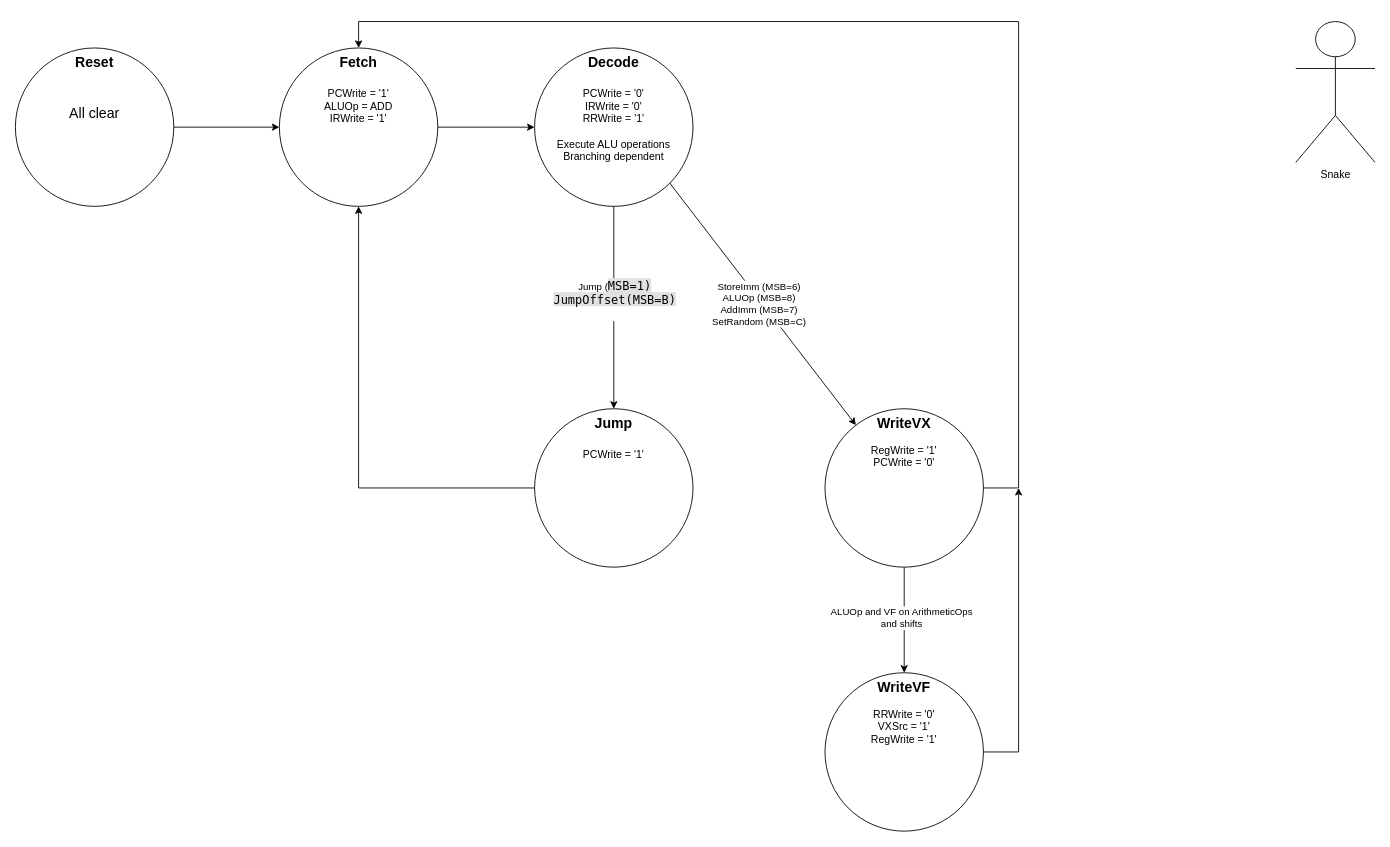
Rutele/VChip8 keeps this draw.io diagram as docs/InstructionDecoder_StateMachine.drawio. Above is the earlier version. Source tidied: cells renumbered, new cells numbered last; positions are measured from the earlier drawing's top-left corner, leaving out a move shared by most shapes. Both pictures are drawn from the tidied source at 88%, with x=0, y=0 at pixel (15, 21).
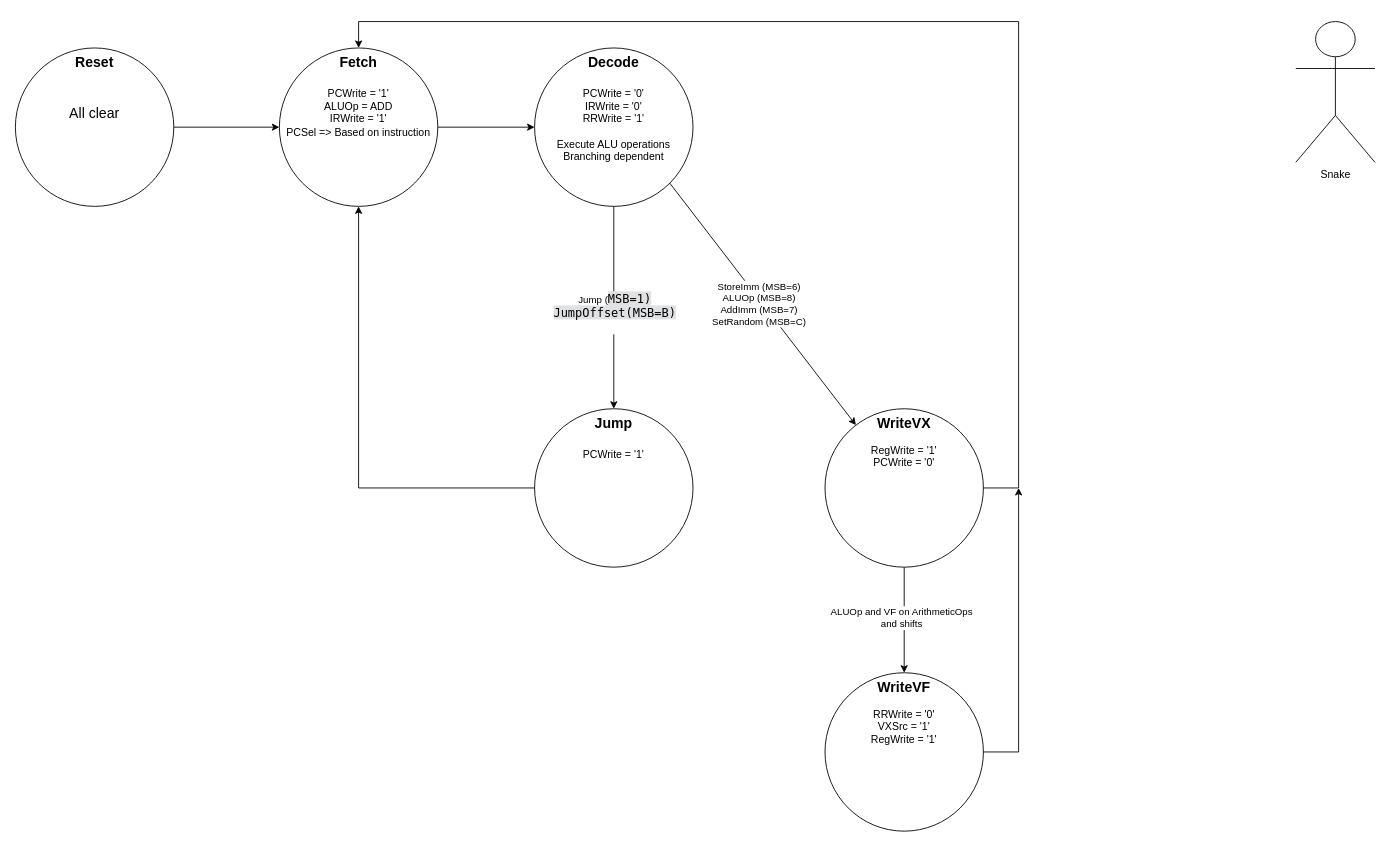
The same diagram, later.

Commit message (it also covers changes not shown here):
Preliminary Jump instructions

Unchanged cells that the change refers to:
```xml
<mxCell id="3" value="&lt;div&gt;&lt;span style=&quot;font-size: 16px;&quot;&gt;&lt;b&gt;Decode&lt;/b&gt;&lt;/span&gt;&lt;/div&gt;&lt;div&gt;&lt;span style=&quot;font-size: 16px;&quot;&gt;&lt;b&gt;&lt;br&gt;&lt;/b&gt;&lt;/span&gt;&lt;div&gt;&lt;div&gt;PCWrite = '0'&lt;/div&gt;&lt;/div&gt;&lt;/div&gt;&lt;div&gt;IRWrite = '0'&lt;/div&gt;&lt;div&gt;RRWrite = '1'&lt;/div&gt;&lt;div&gt;&lt;br&gt;&lt;/div&gt;&lt;div&gt;Execute ALU operations&lt;/div&gt;&lt;div&gt;Branching dependent&lt;/div&gt;" style="ellipse;whiteSpace=wrap;html=1;verticalAlign=top;" parent="1" vertex="1">
  <mxGeometry x="590" y="30" width="180" height="180" as="geometry" />
</mxCell>
```

Change to the diagram source:
```diff
@@
-    <mxCell id="2" value="&lt;b&gt;&lt;font style=&quot;font-size: 16px;&quot;&gt;Fetch&lt;/font&gt;&lt;/b&gt;&lt;div&gt;&lt;span style=&quot;font-size: 16px;&quot;&gt;&lt;b&gt;&lt;br&gt;&lt;/b&gt;&lt;/span&gt;&lt;div&gt;&lt;div&gt;PCWrite = '1'&lt;/div&gt;&lt;/div&gt;&lt;/div&gt;&lt;div&gt;ALUOp = ADD&lt;/div&gt;&lt;div&gt;IRWrite = '1'&lt;/div&gt;&lt;div&gt;&lt;br&gt;&lt;/div&gt;" style="ellipse;whiteSpace=wrap;html=1;verticalAlign=top;" parent="1" vertex="1">
+    <mxCell id="2" value="&lt;b&gt;&lt;font style=&quot;font-size: 16px;&quot;&gt;Fetch&lt;/font&gt;&lt;/b&gt;&lt;div&gt;&lt;span style=&quot;font-size: 16px;&quot;&gt;&lt;b&gt;&lt;br&gt;&lt;/b&gt;&lt;/span&gt;&lt;div&gt;&lt;div&gt;PCWrite = '1'&lt;/div&gt;&lt;/div&gt;&lt;/div&gt;&lt;div&gt;ALUOp = ADD&lt;/div&gt;&lt;div&gt;IRWrite = '1'&lt;/div&gt;&lt;div&gt;PCSel =&amp;gt; Based on instruction&lt;/div&gt;" style="ellipse;whiteSpace=wrap;html=1;verticalAlign=top;" parent="1" vertex="1">
       <mxGeometry x="300" y="30" width="180" height="180" as="geometry" />
     </mxCell>
@@
-    <mxCell id="16" value="&lt;b&gt;&lt;font style=&quot;font-size: 16px;&quot;&gt;Jump&lt;/font&gt;&lt;/b&gt;&lt;div&gt;&lt;span style=&quot;font-size: 16px;&quot;&gt;&lt;b&gt;&lt;br&gt;&lt;/b&gt;&lt;/span&gt;&lt;div&gt;&lt;div&gt;PCWrite = '1'&lt;/div&gt;&lt;/div&gt;&lt;/div&gt;&lt;div&gt;&lt;br&gt;&lt;/div&gt;&lt;div&gt;&lt;br&gt;&lt;/div&gt;" style="ellipse;whiteSpace=wrap;html=1;verticalAlign=top;" parent="1" vertex="1">
-      <mxGeometry x="590" y="440" width="180" height="180" as="geometry" />
-    </mxCell>
     <mxCell id="17" style="endArrow=classic;html=1;rounded=0;exitX=0.5;exitY=1;exitDx=0;exitDy=0;entryX=0.5;entryY=0;entryDx=0;entryDy=0;" parent="1" edge="1" source="3" target="16">
-      <mxGeometry relative="1" as="geometry" />
+      <mxGeometry relative="1" as="geometry">
+        <Array as="points">
+          <mxPoint x="680" y="340" />
+        </Array>
+      </mxGeometry>
     </mxCell>
     <mxCell id="18" value="Jump (&lt;font face=&quot;Monaspace Neon, ui-monospace, SFMono-Regular, SF Mono, Menlo, Consolas, Liberation Mono, monospace&quot;&gt;&lt;span style=&quot;font-size: 13.6px; white-space: break-spaces; background-color: rgba(101, 108, 118, 0.2);&quot;&gt;MSB=1)&lt;/span&gt;&lt;/font&gt;&lt;div&gt;&lt;font face=&quot;Monaspace Neon, ui-monospace, SFMono-Regular, SF Mono, Menlo, Consolas, Liberation Mono, monospace&quot;&gt;&lt;span style=&quot;font-size: 13.6px; white-space: break-spaces; background-color: rgba(101, 108, 118, 0.2);&quot;&gt;JumpOffset(MSB=B)&lt;/span&gt;&lt;/font&gt;&lt;/div&gt;&lt;div&gt;&lt;font face=&quot;Monaspace Neon, ui-monospace, SFMono-Regular, SF Mono, Menlo, Consolas, Liberation Mono, monospace&quot;&gt;&lt;span style=&quot;font-size: 13.6px; white-space: break-spaces; background-color: rgba(101, 108, 118, 0.2);&quot;&gt;&lt;br&gt;&lt;/span&gt;&lt;/font&gt;&lt;/div&gt;" style="edgeLabel;html=1;align=center;verticalAlign=middle;" parent="17" vertex="1">
-      <mxGeometry x="-0.09" relative="1" as="geometry" />
+      <mxGeometry x="-0.09" relative="1" as="geometry">
+        <mxPoint y="15" as="offset" />
+      </mxGeometry>
     </mxCell>
+    <mxCell id="16" value="&lt;div&gt;&lt;span style=&quot;font-size: 16px;&quot;&gt;&lt;b&gt;Jump&lt;/b&gt;&lt;/span&gt;&lt;/div&gt;&lt;div&gt;&lt;span style=&quot;font-size: 16px;&quot;&gt;&lt;b&gt;&lt;br&gt;&lt;/b&gt;&lt;/span&gt;&lt;div&gt;&lt;div&gt;PCWrite = '1'&lt;/div&gt;&lt;/div&gt;&lt;/div&gt;" style="ellipse;whiteSpace=wrap;html=1;verticalAlign=top;" parent="1" vertex="1">
+      <mxGeometry x="590" y="440" width="180" height="180" as="geometry" />
+    </mxCell>
```
